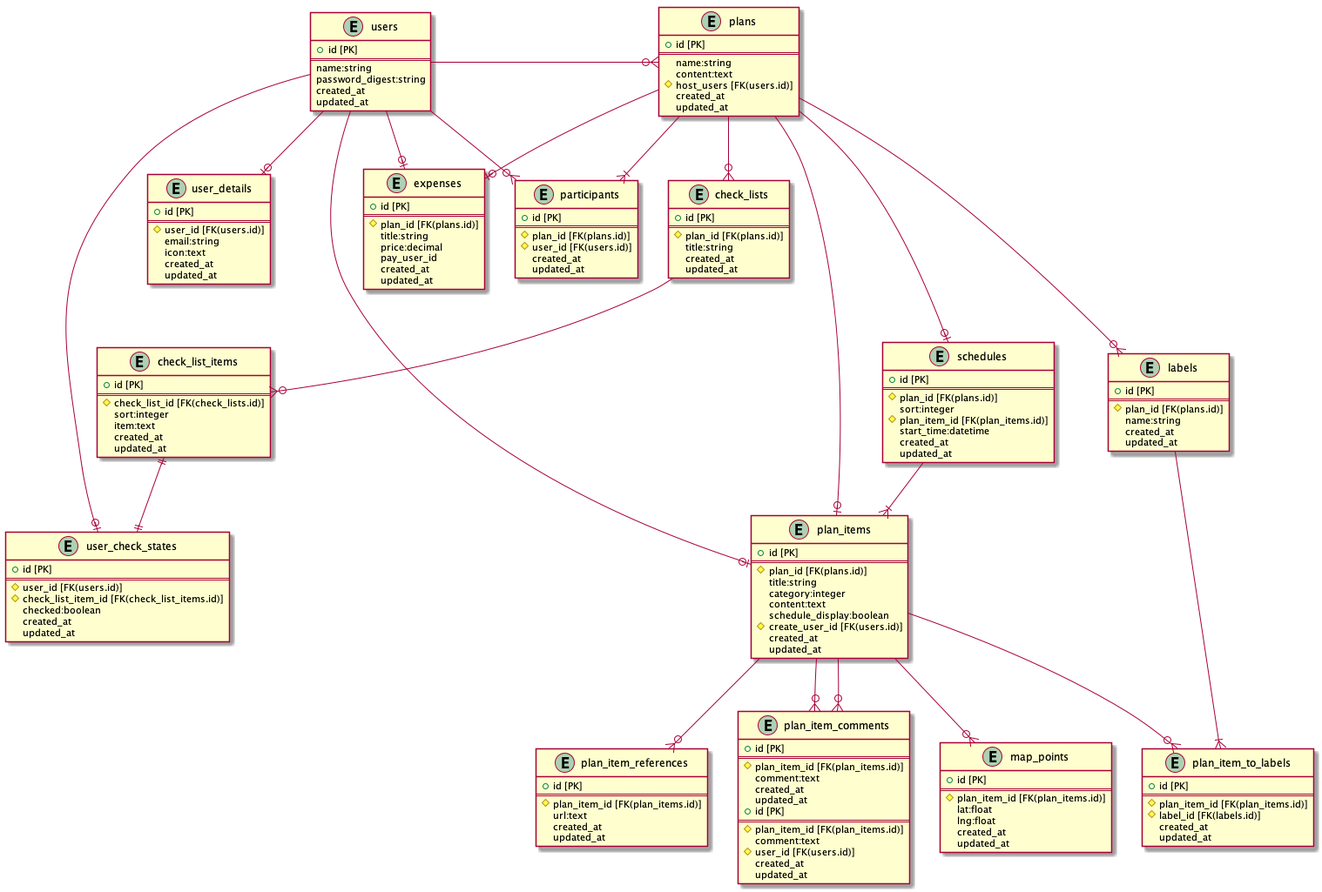
This is doc/table/EntityRelationship.png from missyu3/our_trip_old, a PlantUML export, as it was before one commit.
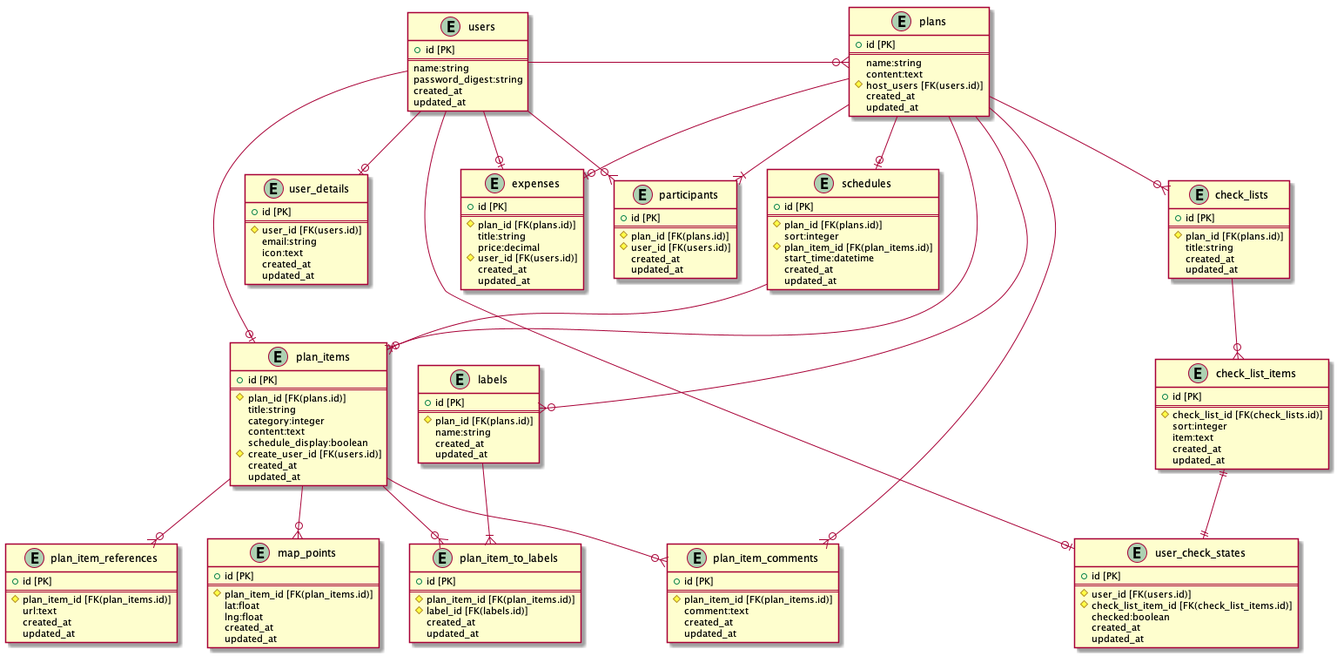
After the change.

The edit, as a diff of the source:
```diff
@@ -37,15 +37,6 @@
     updated_at
 }
 
-entity "labels" {
-    + id [PK]
-    ==
-    # plan_id [FK(plans.id)]
-    name:string
-    created_at
-    updated_at
-}
-
 entity "schedules" {
     + id [PK]
     ==
@@ -57,6 +48,7 @@
     updated_at
 }
 
+
 entity "plan_items" {
     + id [PK]
     ==
@@ -66,6 +58,15 @@
     content:text
     schedule_display:boolean
     # create_user_id [FK(users.id)]
+    created_at
+    updated_at
+}
+
+entity "labels" {
+    + id [PK]
+    ==
+    # plan_id [FK(plans.id)]
+    name:string
     created_at
     updated_at
 }
@@ -142,16 +143,6 @@
     # plan_id [FK(plans.id)]
     title:string
     price:decimal
-    pay_user_id
-    created_at
-    updated_at
-}
-
-entity "plan_item_comments" {
-    + id [PK]
-    ==
-    # plan_item_id [FK(plan_items.id)]
-    comment:text
     # user_id [FK(users.id)]
     created_at
     updated_at
@@ -163,10 +154,10 @@
 users --o| user_check_states
 users --o| plan_items
 users --o| expenses
-plan_items --o{ plan_item_comments
+plans --o{ plan_item_comments
 plans --o| schedules
 plans --o| expenses
-plans --down--o| plan_items
+plans --o| plan_items
 plans --o{ labels
 plans --|{ participants
 plans --o{ check_lists
```
